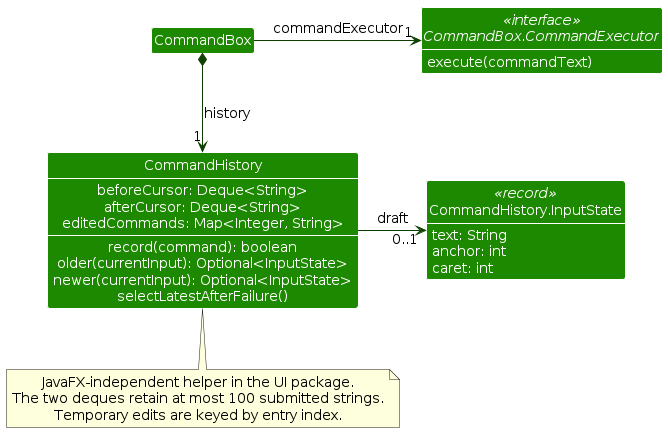
This is diagrams/CommandHistoryClassDiagram.png from AY2627S1-CS2103T-T17-3/tp, a PlantUML export, as it was before one commit. Its source is kept beside it as diagrams/CommandHistoryClassDiagram.puml.
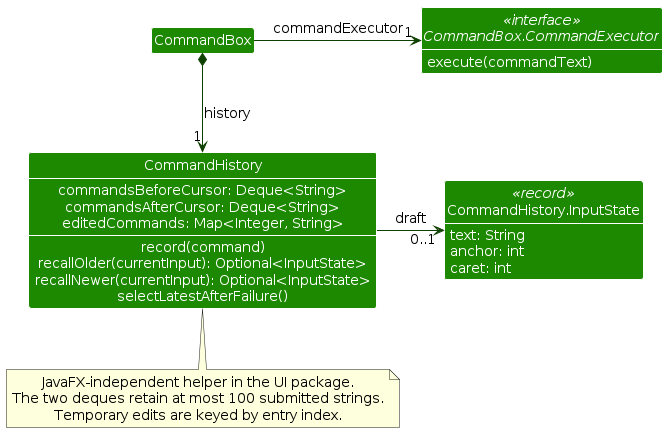
The same diagram one commit later.

Diff of the diagram source:
```diff
@@ -15,13 +15,13 @@
     execute(commandText)
 }
 class CommandHistory {
-    beforeCursor: Deque<String>
-    afterCursor: Deque<String>
+    commandsBeforeCursor: Deque<String>
+    commandsAfterCursor: Deque<String>
     editedCommands: Map<Integer, String>
     --
-    record(command): boolean
-    older(currentInput): Optional<InputState>
-    newer(currentInput): Optional<InputState>
+    record(command)
+    recallOlder(currentInput): Optional<InputState>
+    recallNewer(currentInput): Optional<InputState>
     selectLatestAfterFailure()
 }
 class "CommandHistory.InputState" as InputState <<record>> {
```
